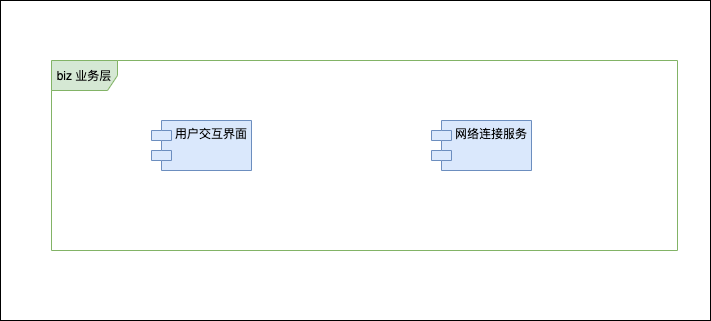
This is docs/images/客户端整体架构图.png from pangxianhai/myredis, a draw.io export, as it was before one commit. Source tidied: cells renumbered, new cells last; positions are measured from the earlier drawing's top-left corner, leaving out a move shared by most shapes. Its diagram source:
```xml
<mxGraphModel background="#ffffff">
  <root>
    <mxCell id="0" />
    <mxCell id="1" parent="0" />
    <mxCell id="2" style="html=1;" parent="1" vertex="1">
      <mxGeometry width="710" height="320" as="geometry" />
    </mxCell>
    <mxCell id="3" value="biz 业务层" style="shape=umlFrame;whiteSpace=wrap;html=1;width=66;height=30;fillColor=#d5e8d4;strokeColor=#82b366;" parent="1" vertex="1">
      <mxGeometry x="51" y="60" width="626" height="190" as="geometry" />
    </mxCell>
    <mxCell id="4" value="用户交互界面" style="shape=module;align=left;spacingLeft=20;align=center;verticalAlign=top;fillColor=#dae8fc;strokeColor=#6c8ebf;" parent="1" vertex="1">
      <mxGeometry x="151" y="120" width="100" height="50" as="geometry" />
    </mxCell>
    <mxCell id="5" value="网络连接服务" style="shape=module;align=left;spacingLeft=20;align=center;verticalAlign=top;fillColor=#dae8fc;strokeColor=#6c8ebf;" parent="1" vertex="1">
      <mxGeometry x="431" y="120" width="100" height="50" as="geometry" />
    </mxCell>
  </root>
</mxGraphModel>
```
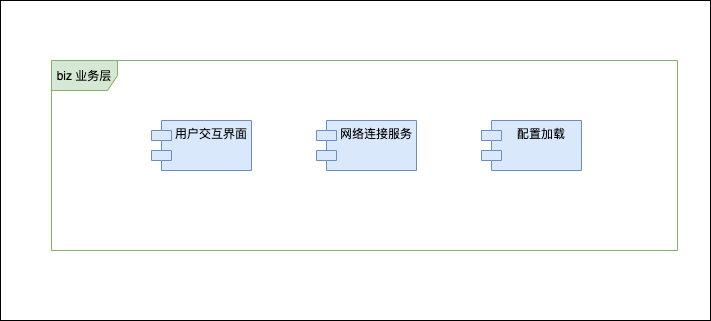
After the commit.

The edit, as a diff of the source:
```diff
@@ -12,7 +12,10 @@
       <mxGeometry x="151" y="120" width="100" height="50" as="geometry" />
     </mxCell>
     <mxCell id="5" value="网络连接服务" style="shape=module;align=left;spacingLeft=20;align=center;verticalAlign=top;fillColor=#dae8fc;strokeColor=#6c8ebf;" parent="1" vertex="1">
-      <mxGeometry x="431" y="120" width="100" height="50" as="geometry" />
+      <mxGeometry x="316" y="120" width="100" height="50" as="geometry" />
     </mxCell>
+    <mxCell id="6" value="配置加载" style="shape=module;align=left;spacingLeft=20;align=center;verticalAlign=top;fillColor=#dae8fc;strokeColor=#6c8ebf;" parent="1" vertex="1">
+      <mxGeometry x="481" y="120" width="100" height="50" as="geometry" />
+    </mxCell>
   </root>
 </mxGraphModel>
```
